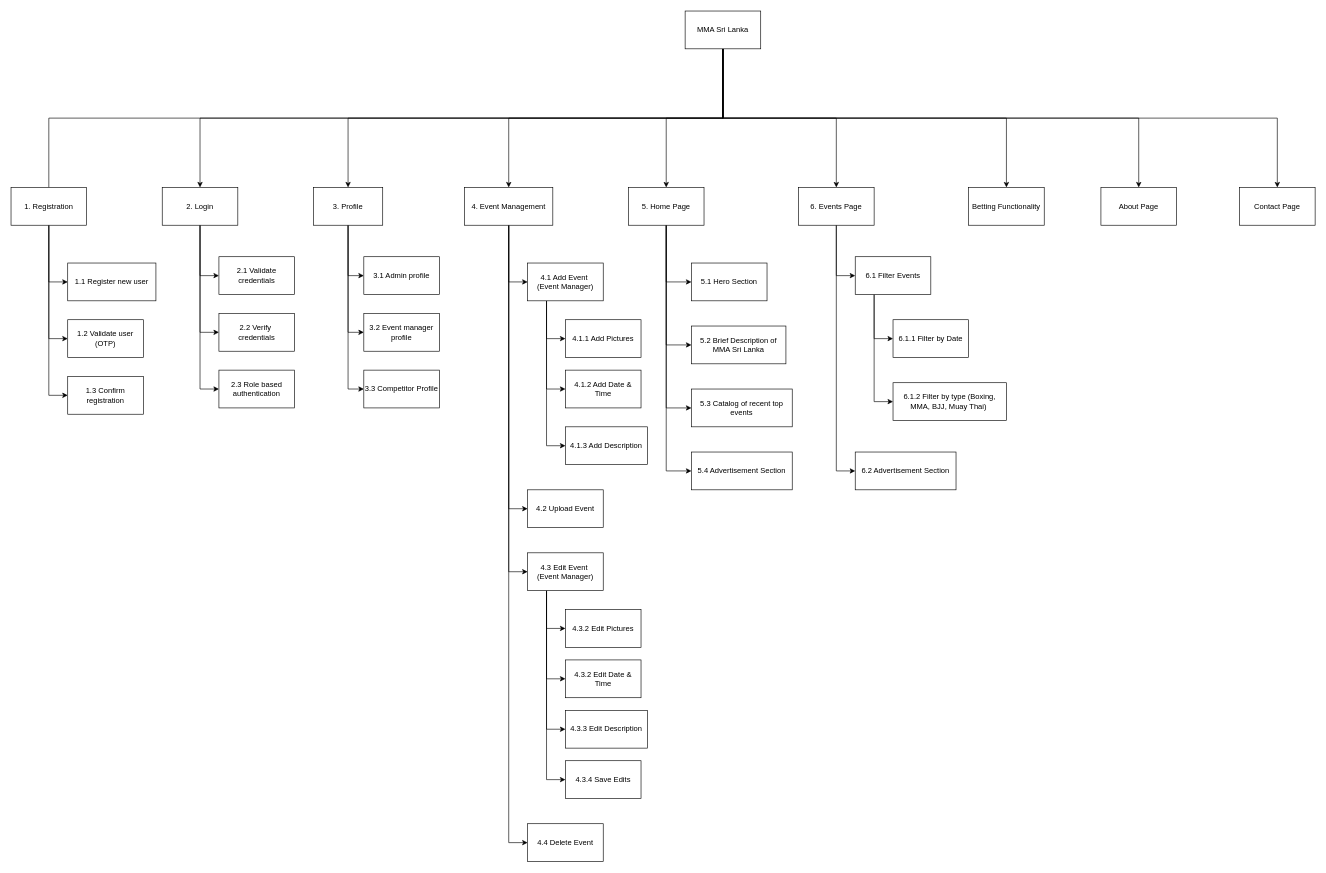
The draw.io diagram PM WBS V1.drawio in redhooddev/diagrams, before the edit. Source tidied: cells renumbered, new cells numbered last; positions are measured from the earlier drawing's top-left corner, leaving out a move shared by most shapes. Both pictures are drawn from the tidied source at 63%, with x=0, y=0 at pixel (11, 11).
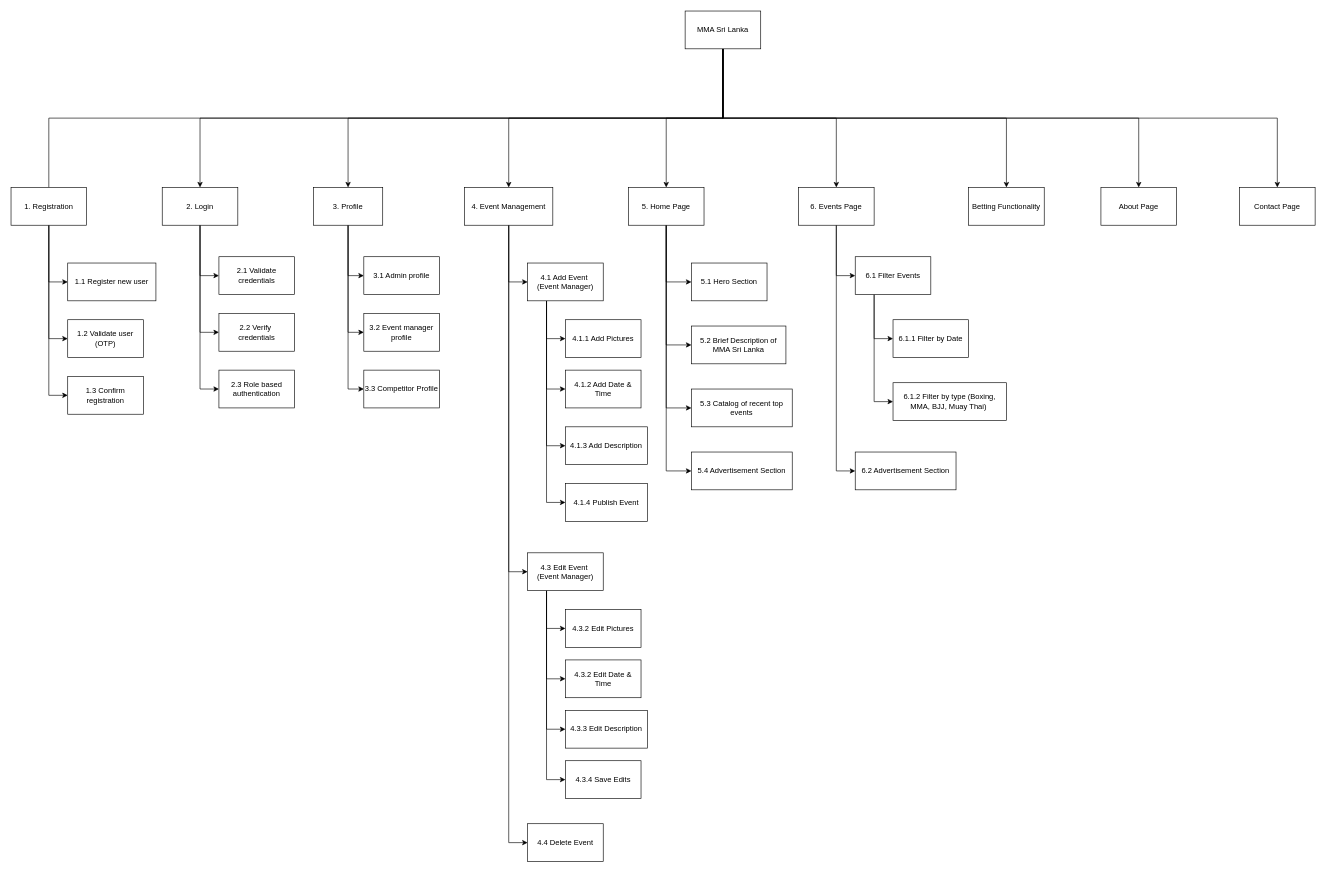
After the change.

The change refers to these unchanged cells:
```xml
<mxCell id="24" value="4. Event Management" style="rounded=0;whiteSpace=wrap;html=1;" parent="1" vertex="1">
  <mxGeometry x="720" y="280" width="140" height="60" as="geometry" />
</mxCell>
<mxCell id="51" value="4.1 Add Event&amp;nbsp;&lt;div&gt;(Event Manager)&lt;/div&gt;" style="rounded=0;whiteSpace=wrap;html=1;" parent="1" vertex="1">
  <mxGeometry x="820" y="400" width="120" height="60" as="geometry" />
</mxCell>
```

Change to the diagram source:
```diff
@@
-    <mxCell id="23" style="edgeStyle=orthogonalEdgeStyle;rounded=0;jettySize=auto;html=1;exitX=0.5;exitY=1;exitDx=0;exitDy=0;entryX=0;entryY=0.5;entryDx=0;entryDy=0;" parent="1" edge="1" source="24" target="55">
-      <mxGeometry relative="1" as="geometry" />
-    </mxCell>
@@
+    <mxCell id="78" style="edgeStyle=orthogonalEdgeStyle;rounded=0;jettySize=auto;html=1;exitX=0.25;exitY=1;exitDx=0;exitDy=0;entryX=0;entryY=0.5;entryDx=0;entryDy=0;" parent="1" edge="1" source="51" target="79">
+      <mxGeometry relative="1" as="geometry" />
+    </mxCell>
@@
-    <mxCell id="55" value="4.2 Upload Event" style="rounded=0;whiteSpace=wrap;html=1;" parent="1" vertex="1">
-      <mxGeometry x="820" y="760" width="120" height="60" as="geometry" />
-    </mxCell>
@@
+    <mxCell id="79" value="4.1.4 Publish Event" style="rounded=0;whiteSpace=wrap;html=1;" parent="1" vertex="1">
+      <mxGeometry x="880" y="750" width="130" height="60" as="geometry" />
+    </mxCell>
```
